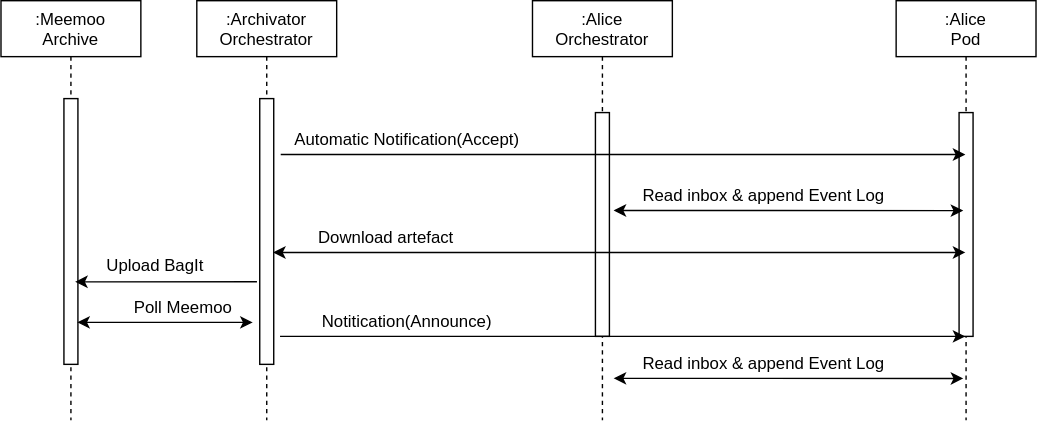
CRISalid-esr/spec-usecases keeps this draw.io diagram as images/spec-usecases_scholarly_6.svg. Above is the earlier version. Source tidied: cells renumbered, new cells last; positions are measured from the earlier drawing's top-left corner, leaving out a move shared by most shapes. Its diagram source:
```xml
<mxGraphModel>
  <root>
    <mxCell id="0" />
    <mxCell id="1" parent="0" />
    <mxCell id="2" value=":Archivator&#10;Orchestrator" style="shape=umlLifeline;perimeter=lifelinePerimeter;rounded=0;shadow=0;strokeWidth=1;" parent="1" vertex="1">
      <mxGeometry x="140" width="100" height="300" as="geometry" />
    </mxCell>
    <mxCell id="3" style="points=[];perimeter=orthogonalPerimeter;rounded=0;shadow=0;strokeWidth=1;" parent="2" vertex="1">
      <mxGeometry x="45" y="70" width="10" height="190" as="geometry" />
    </mxCell>
    <mxCell id="4" value=":Alice&#10;Orchestrator" style="shape=umlLifeline;perimeter=lifelinePerimeter;rounded=0;shadow=0;strokeWidth=1;" parent="1" vertex="1">
      <mxGeometry x="380" width="100" height="300" as="geometry" />
    </mxCell>
    <mxCell id="5" style="perimeter=orthogonalPerimeter;rounded=0;shadow=0;strokeWidth=1;" parent="4" vertex="1">
      <mxGeometry x="45" y="80" width="10" height="160" as="geometry" />
    </mxCell>
    <mxCell id="6" value=":Alice&#10;Pod" style="shape=umlLifeline;perimeter=lifelinePerimeter;rounded=0;shadow=0;strokeWidth=1;" parent="1" vertex="1">
      <mxGeometry x="640" width="100" height="300" as="geometry" />
    </mxCell>
    <mxCell id="7" style="perimeter=orthogonalPerimeter;rounded=0;shadow=0;strokeWidth=1;" parent="6" vertex="1">
      <mxGeometry x="45" y="80" width="10" height="160" as="geometry" />
    </mxCell>
    <mxCell id="8" style="endArrow=classic;html=1;rounded=0;" parent="1" edge="1">
      <mxGeometry relative="1" as="geometry">
        <mxPoint x="200" y="110" as="sourcePoint" />
        <mxPoint x="689.5" y="110" as="targetPoint" />
      </mxGeometry>
    </mxCell>
    <mxCell id="9" value="Automatic Notification(Accept)" style="text;html=1;align=center;verticalAlign=middle;strokeColor=none;fillColor=none;" parent="1" vertex="1">
      <mxGeometry x="200" y="90" width="180" height="20" as="geometry" />
    </mxCell>
    <mxCell id="10" style="endArrow=classic;startArrow=classic;html=1;rounded=0;entryX=0.5;entryY=0.563;entryDx=0;entryDy=0;entryPerimeter=0;" parent="1" edge="1">
      <mxGeometry relative="1" as="geometry">
        <mxPoint x="438" y="150" as="sourcePoint" />
        <mxPoint x="688" y="150.1" as="targetPoint" />
      </mxGeometry>
    </mxCell>
    <mxCell id="11" value="Read inbox &amp;amp; append Event Log" style="text;html=1;align=center;verticalAlign=middle;strokeColor=none;fillColor=none;" parent="1" vertex="1">
      <mxGeometry x="450" y="130" width="190" height="20" as="geometry" />
    </mxCell>
    <mxCell id="12" style="endArrow=classic;startArrow=classic;html=1;rounded=0;entryX=0.5;entryY=0.563;entryDx=0;entryDy=0;entryPerimeter=0;" parent="1" edge="1">
      <mxGeometry relative="1" as="geometry">
        <mxPoint x="438" y="270" as="sourcePoint" />
        <mxPoint x="688" y="270.1" as="targetPoint" />
      </mxGeometry>
    </mxCell>
    <mxCell id="13" value="Read inbox &amp;amp; append Event Log" style="text;html=1;align=center;verticalAlign=middle;strokeColor=none;fillColor=none;" parent="1" vertex="1">
      <mxGeometry x="450" y="250" width="190" height="20" as="geometry" />
    </mxCell>
    <mxCell id="14" value=":Meemoo&#10;Archive" style="shape=umlLifeline;perimeter=lifelinePerimeter;rounded=0;shadow=0;strokeWidth=1;" parent="1" vertex="1">
      <mxGeometry width="100" height="300" as="geometry" />
    </mxCell>
    <mxCell id="15" style="perimeter=orthogonalPerimeter;rounded=0;shadow=0;strokeWidth=1;" parent="14" vertex="1">
      <mxGeometry x="45" y="70" width="10" height="190" as="geometry" />
    </mxCell>
    <mxCell id="16" style="endArrow=classic;startArrow=classic;html=1;rounded=0;" parent="1" edge="1" target="6">
      <mxGeometry relative="1" as="geometry">
        <mxPoint x="194.5" y="180" as="sourcePoint" />
      </mxGeometry>
    </mxCell>
    <mxCell id="17" value="Download artefact" style="text;html=1;align=center;verticalAlign=middle;strokeColor=none;fillColor=none;" parent="1" vertex="1">
      <mxGeometry x="220" y="160" width="110" height="20" as="geometry" />
    </mxCell>
    <mxCell id="18" style="endArrow=classic;html=1;rounded=0;exitX=-0.5;exitY=1.005;exitDx=0;exitDy=0;exitPerimeter=0;" parent="1" edge="1">
      <mxGeometry relative="1" as="geometry">
        <mxPoint x="183" y="201" as="sourcePoint" />
        <mxPoint x="53" y="201" as="targetPoint" />
      </mxGeometry>
    </mxCell>
    <mxCell id="19" value="Upload BagIt" style="text;html=1;align=center;verticalAlign=middle;strokeColor=none;fillColor=none;" parent="1" vertex="1">
      <mxGeometry x="70" y="180" width="80" height="20" as="geometry" />
    </mxCell>
    <mxCell id="20" style="endArrow=classic;startArrow=classic;html=1;rounded=0;" parent="1" edge="1">
      <mxGeometry relative="1" as="geometry">
        <mxPoint x="54.5" y="230" as="sourcePoint" />
        <mxPoint x="180" y="230" as="targetPoint" />
      </mxGeometry>
    </mxCell>
    <mxCell id="21" value="Poll Meemoo" style="text;html=1;align=center;verticalAlign=middle;strokeColor=none;fillColor=none;" parent="1" vertex="1">
      <mxGeometry x="85" y="210" width="90" height="20" as="geometry" />
    </mxCell>
    <mxCell id="22" style="endArrow=classic;html=1;rounded=0;" parent="1" edge="1" target="6">
      <mxGeometry relative="1" as="geometry">
        <mxPoint x="199.5" y="240" as="sourcePoint" />
      </mxGeometry>
    </mxCell>
    <mxCell id="23" value="Notitication(Announce)" style="text;html=1;align=center;verticalAlign=middle;strokeColor=none;fillColor=none;" parent="1" vertex="1">
      <mxGeometry x="220" y="220" width="140" height="20" as="geometry" />
    </mxCell>
  </root>
</mxGraphModel>
```
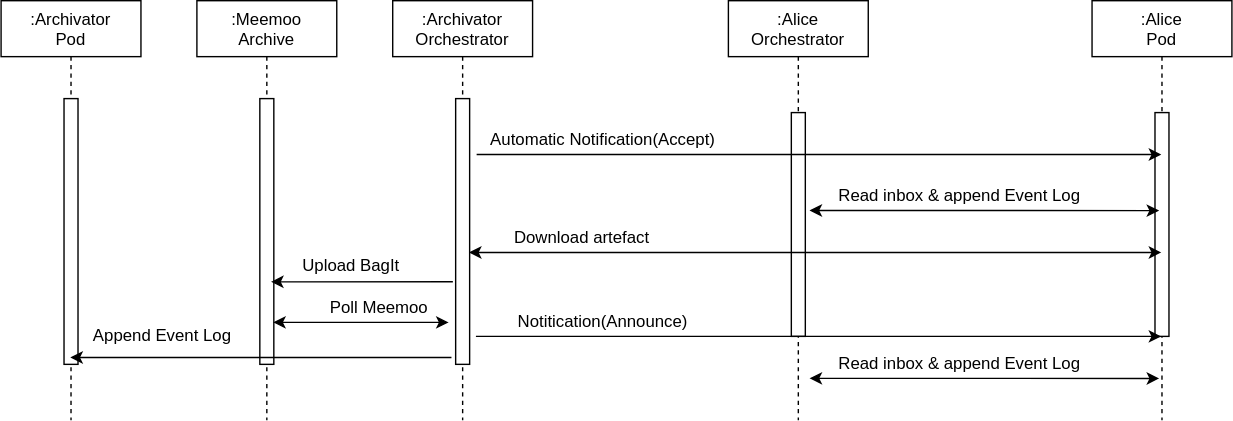
Later version of the same file.

Commit message:
Fixing errors in the diagrams

The edit, as a diff of the source:
```diff
@@ -87,5 +87,17 @@
     <mxCell id="23" value="Notitication(Announce)" style="text;html=1;align=center;verticalAlign=middle;strokeColor=none;fillColor=none;" parent="1" vertex="1">
       <mxGeometry x="220" y="220" width="140" height="20" as="geometry" />
     </mxCell>
+    <mxCell id="24" value=":Archivator&#10;Pod" style="shape=umlLifeline;perimeter=lifelinePerimeter;rounded=0;shadow=0;strokeWidth=1;" parent="1" vertex="1">
+      <mxGeometry x="-140" width="100" height="300" as="geometry" />
+    </mxCell>
+    <mxCell id="25" style="perimeter=orthogonalPerimeter;rounded=0;shadow=0;strokeWidth=1;" parent="24" vertex="1">
+      <mxGeometry x="45" y="70" width="10" height="190" as="geometry" />
+    </mxCell>
+    <mxCell id="26" style="endArrow=classic;html=1;rounded=0;exitX=-0.3;exitY=0.974;exitDx=0;exitDy=0;exitPerimeter=0;" parent="1" edge="1" source="3" target="24">
+      <mxGeometry relative="1" as="geometry" />
+    </mxCell>
+    <mxCell id="27" value="Append Event Log" style="text;html=1;align=center;verticalAlign=middle;strokeColor=none;fillColor=none;" parent="1" vertex="1">
+      <mxGeometry x="-80" y="230" width="110" height="20" as="geometry" />
+    </mxCell>
   </root>
 </mxGraphModel>
```
